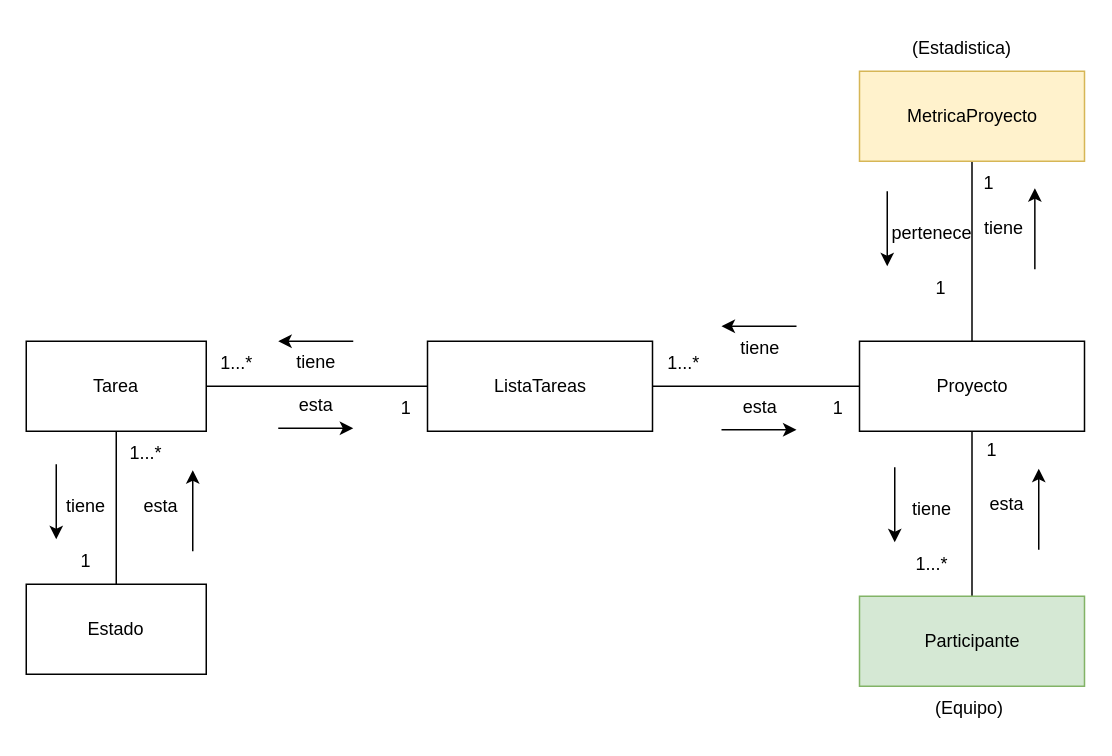
The draw.io diagram page "AnemicModelProjects" (3 of 14) of CoTasker_BoundedContext.drawio in Migue1409-KP/DOO-working-group, before the edit. Source tidied: cells renumbered, new cells numbered last; positions are measured from the earlier drawing's top-left corner, leaving out a move shared by most shapes. Both pictures are drawn from the tidied source at 150%, with x=0, y=0 at pixel (26, 26).
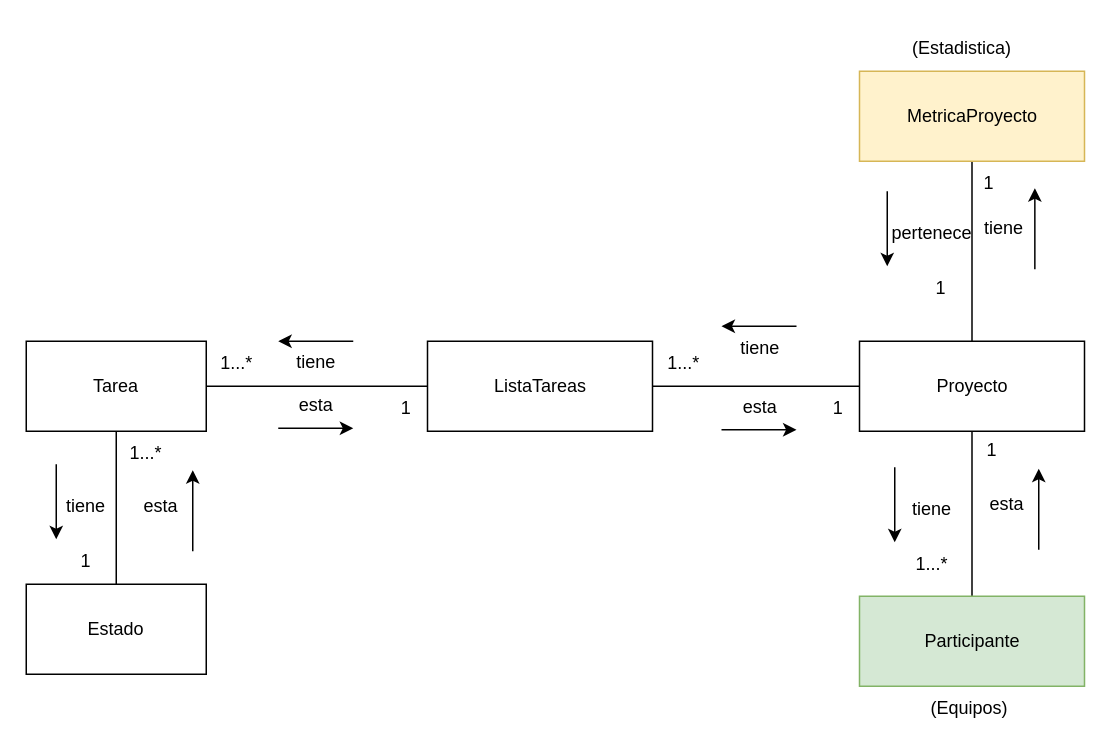
The same page after the edit.

What changed in the source:
```diff
@@
-    <mxCell id="36" value="(Equipo)" style="text;html=1;strokeColor=none;fillColor=none;align=center;verticalAlign=middle;whiteSpace=wrap;rounded=0;" parent="1" vertex="1">
+    <mxCell id="36" value="(Equipos)" style="text;html=1;strokeColor=none;fillColor=none;align=center;verticalAlign=middle;whiteSpace=wrap;rounded=0;" parent="1" vertex="1">
       <mxGeometry x="599" y="440" width="60" height="30" as="geometry" />
     </mxCell>
```
